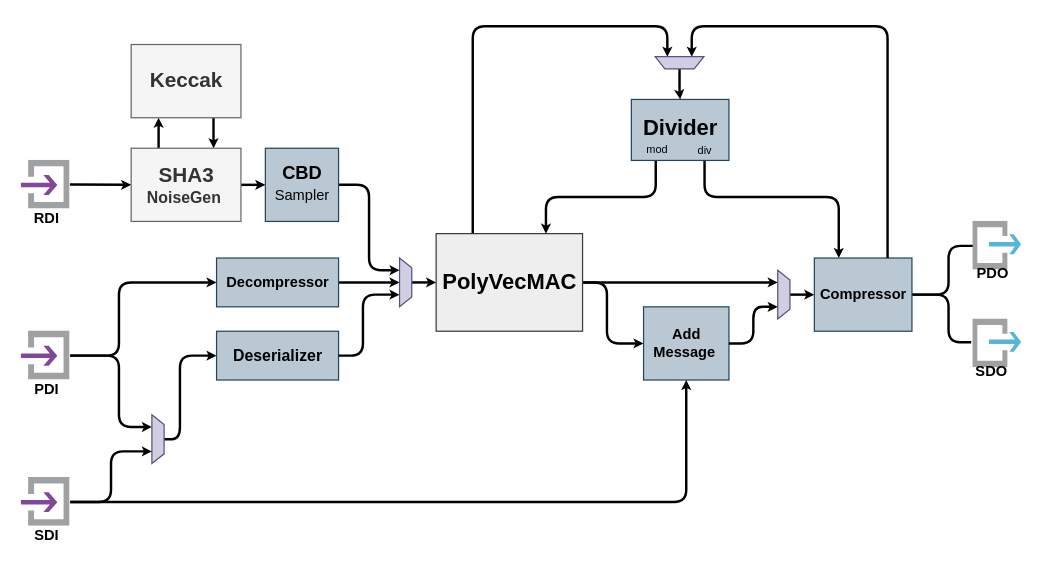
Earlier version of the draw.io diagram page "CPA" (8 of 12) of doc/kyber.drawio (kammoh/kyber.light). Source tidied: cells renumbered, new cells numbered last; positions are measured from the earlier drawing's top-left corner, leaving out a move shared by most shapes. Both pictures are drawn from the tidied source at 122%, with x=0, y=0 at pixel (21, 26).
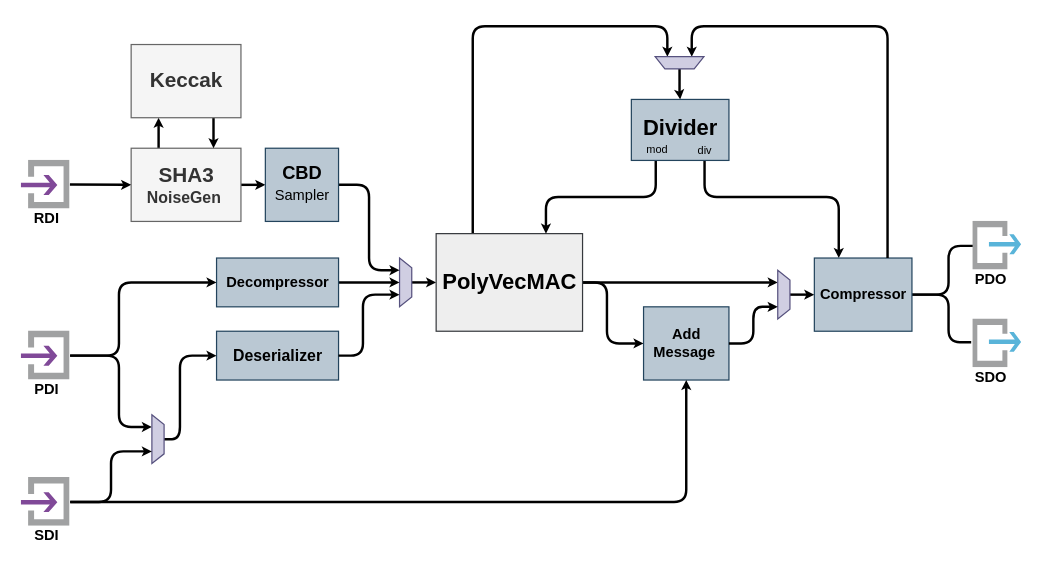
After the change.

What changed in the source:
```diff
@@
-    <mxCell id="18" value="PDO" style="perimeter=none;align=center;shadow=0;dashed=0;image;fontSize=12;image=img/lib/mscae/Output.svg;strokeColor=#666666;strokeWidth=2;fillColor=none;labelBackgroundColor=none;spacingBottom=-4;spacingTop=-11;spacingRight=7;fontStyle=1;" parent="1" vertex="1">
+    <mxCell id="18" value="PDO" style="perimeter=none;align=center;shadow=0;dashed=0;image;fontSize=12;image=img/lib/mscae/Output.svg;strokeColor=#666666;strokeWidth=2;fillColor=none;labelBackgroundColor=none;spacingBottom=0;spacingTop=-6;spacingRight=7;fontStyle=1;spacingLeft=-3;" parent="1" vertex="1">
       <mxGeometry x="780" y="160" width="40" height="40" as="geometry" />
     </mxCell>
@@
-    <mxCell id="36" value="SDO" style="perimeter=none;align=center;shadow=0;dashed=0;image;fontSize=12;image=img/lib/mscae/Output.svg;strokeColor=#666666;strokeWidth=2;fillColor=none;spacingLeft=-2;spacingRight=7;fontStyle=1;spacingBottom=-4;spacingTop=-11;labelBackgroundColor=none;" parent="1" vertex="1">
+    <mxCell id="36" value="SDO" style="perimeter=none;align=center;shadow=0;dashed=0;image;fontSize=12;image=img/lib/mscae/Output.svg;strokeColor=#666666;strokeWidth=2;fillColor=none;spacingLeft=-3;spacingRight=7;fontStyle=1;spacingBottom=0;spacingTop=-6;labelBackgroundColor=none;" parent="1" vertex="1">
       <mxGeometry x="780" y="240" width="40" height="40" as="geometry" />
     </mxCell>
```
